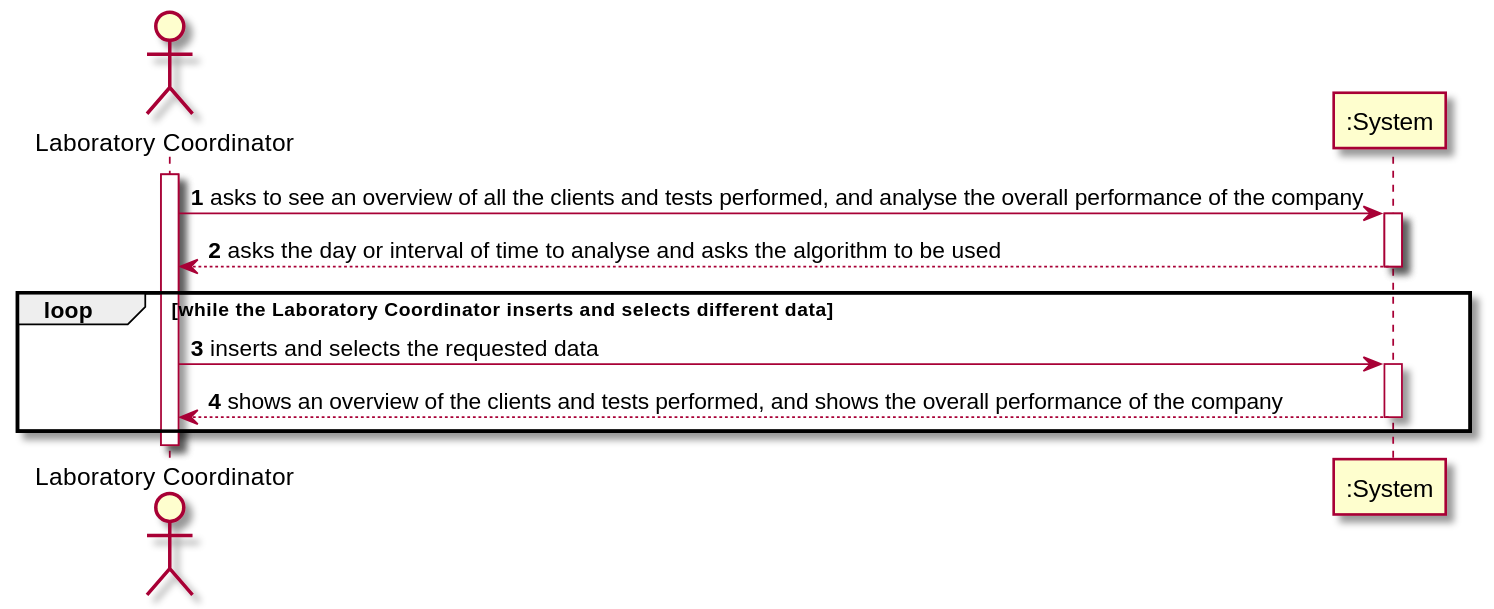
Earlier version of the PlantUML export docs/SprintD/US_16/US016_SSD.svg (ana-albergaria/LAPR2-ISEP).
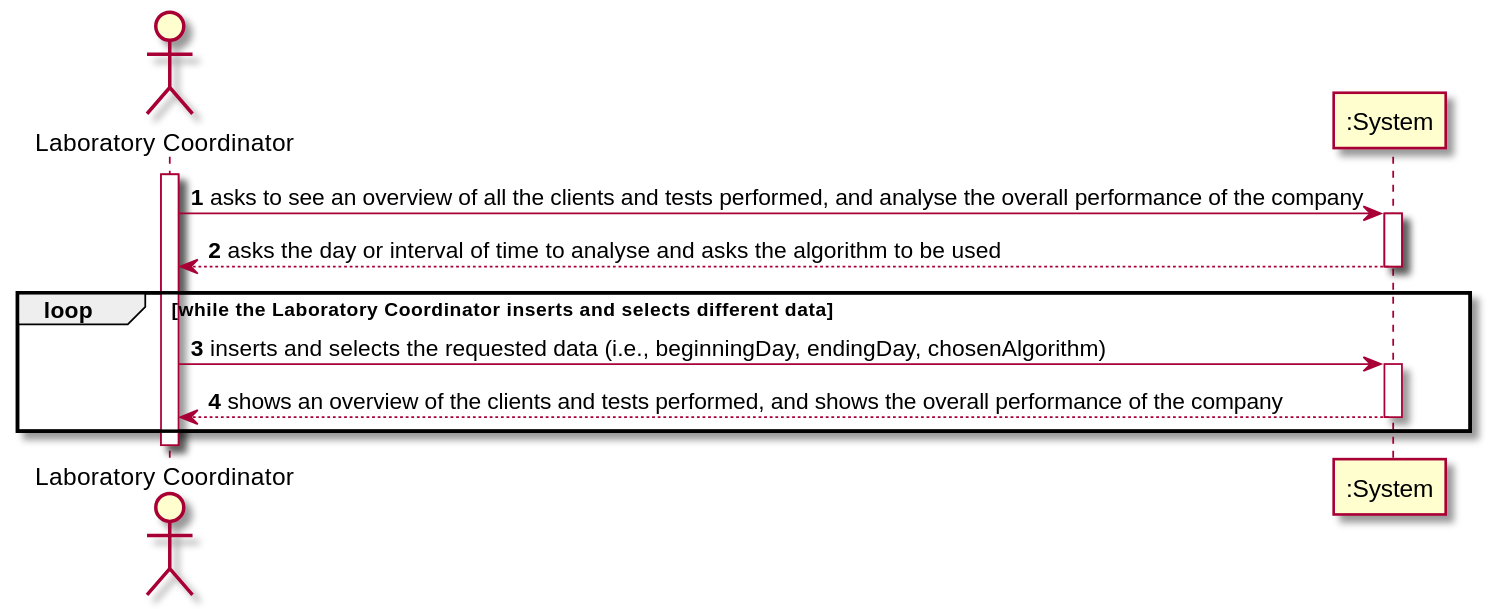
After the commit.

What changed in the source:
```diff
@@ -9,7 +9,7 @@
 deactivate ":System"
 
 loop while the Laboratory Coordinator inserts and selects different data
-LC-> ":System" : inserts and selects the requested data
+LC-> ":System" : inserts and selects the requested data (i.e., beginningDay, endingDay, chosenAlgorithm)
 activate ":System"
 ":System" --> LC : shows an overview of the clients and tests performed, and shows the overall performance of the company
 deactivate ":System"
```
